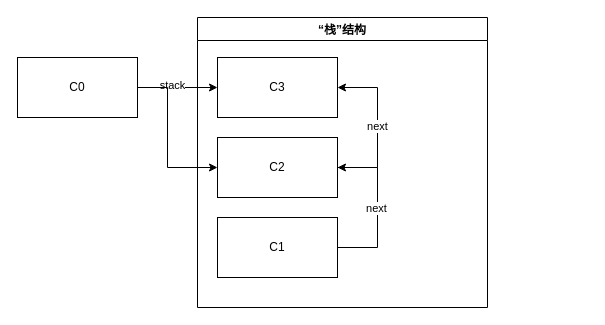
keep-moving-free/keep-moving-free keeps this draw.io diagram as CF回调栈.drawio. Above is the earlier version. Source tidied: cells renumbered, new cells numbered last; positions are measured from the earlier drawing's top-left corner, leaving out a move shared by most shapes. Both pictures are drawn from the tidied source at 100%, with x=0, y=0 at pixel (17, 17).
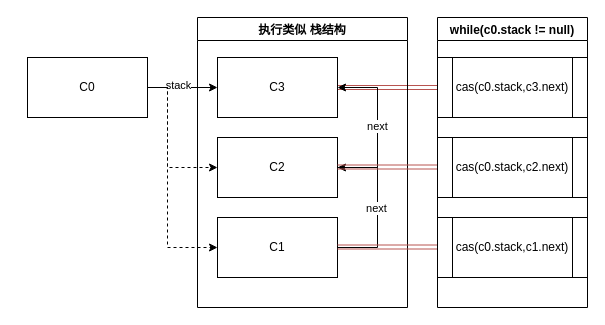
After the change.

Commit message (it also covers changes not shown here):
更新CF回调栈.drawio

The change refers to these unchanged cells:
```xml
<mxCell id="6" value="C3" style="rounded=0;whiteSpace=wrap;html=1;" parent="1" vertex="1">
  <mxGeometry x="200" y="40" width="120" height="60" as="geometry" />
</mxCell>
<mxCell id="9" value="C2" style="rounded=0;whiteSpace=wrap;html=1;" parent="1" vertex="1">
  <mxGeometry x="200" y="120" width="120" height="60" as="geometry" />
</mxCell>
<mxCell id="12" value="C1" style="rounded=0;whiteSpace=wrap;html=1;" parent="1" vertex="1">
  <mxGeometry x="200" y="200" width="120" height="60" as="geometry" />
</mxCell>
```

Change to the diagram source:
```diff
@@
-    <mxCell id="4" style="edgeStyle=orthogonalEdgeStyle;rounded=0;jettySize=auto;html=1;exitX=1;exitY=0.5;exitDx=0;exitDy=0;entryX=0;entryY=0.5;entryDx=0;entryDy=0;" parent="1" edge="1" source="5" target="9">
+    <mxCell id="4" style="edgeStyle=orthogonalEdgeStyle;rounded=0;jettySize=auto;html=1;exitX=1;exitY=0.5;exitDx=0;exitDy=0;entryX=0;entryY=0.5;entryDx=0;entryDy=0;dashed=1;" parent="1" edge="1" source="5" target="9">
       <mxGeometry relative="1" as="geometry">
         <Array as="points">
           <mxPoint x="150" y="70" />
           <mxPoint x="150" y="150" />
         </Array>
       </mxGeometry>
     </mxCell>
+    <mxCell id="14" style="edgeStyle=orthogonalEdgeStyle;rounded=0;jettySize=auto;html=1;exitX=1;exitY=0.5;exitDx=0;exitDy=0;entryX=0;entryY=0.5;entryDx=0;entryDy=0;dashed=1;" parent="1" edge="1" source="5" target="12">
+      <mxGeometry relative="1" as="geometry">
+        <Array as="points">
+          <mxPoint x="150" y="70" />
+          <mxPoint x="150" y="230" />
+        </Array>
+      </mxGeometry>
+    </mxCell>
     <mxCell id="5" value="C0" style="rounded=0;whiteSpace=wrap;html=1;" parent="1" vertex="1">
-      <mxGeometry y="40" width="120" height="60" as="geometry" />
+      <mxGeometry x="10" y="40" width="120" height="60" as="geometry" />
     </mxCell>
+    <mxCell id="15" style="edgeStyle=orthogonalEdgeStyle;rounded=0;jettySize=auto;html=1;fillColor=#f8cecc;strokeColor=#b85450;shape=link;" parent="1" edge="1" source="6" target="18">
+      <mxGeometry relative="1" as="geometry" />
+    </mxCell>
@@
-    <mxCell id="13" value="“栈”结构" style="swimlane;" parent="1" vertex="1">
-      <mxGeometry x="180" width="290" height="290" as="geometry" />
+    <mxCell id="13" value="执行类似 栈结构" style="swimlane;" parent="1" vertex="1">
+      <mxGeometry x="180" width="210" height="290" as="geometry" />
     </mxCell>
+    <mxCell id="16" style="edgeStyle=orthogonalEdgeStyle;rounded=0;orthogonalLoop=1;jettySize=auto;html=1;fillColor=#f8cecc;strokeColor=#b85450;shape=link;" parent="13" edge="1">
+      <mxGeometry relative="1" as="geometry">
+        <mxPoint x="140" y="149.5" as="sourcePoint" />
+        <mxPoint x="240" y="149.5" as="targetPoint" />
+      </mxGeometry>
+    </mxCell>
+    <mxCell id="17" style="edgeStyle=orthogonalEdgeStyle;rounded=0;orthogonalLoop=1;jettySize=auto;html=1;fillColor=#f8cecc;strokeColor=#b85450;shape=link;" parent="13" edge="1">
+      <mxGeometry relative="1" as="geometry">
+        <mxPoint x="140" y="229.5" as="sourcePoint" />
+        <mxPoint x="240" y="229.5" as="targetPoint" />
+      </mxGeometry>
+    </mxCell>
+    <mxCell id="18" value="cas(c0.stack,c3.next)" style="shape=process;whiteSpace=wrap;html=1;backgroundOutline=1;rounded=0;" parent="1" vertex="1">
+      <mxGeometry x="420" y="40" width="150" height="60" as="geometry" />
+    </mxCell>
+    <mxCell id="19" value="cas(c0.stack,c2.next)" style="shape=process;whiteSpace=wrap;html=1;backgroundOutline=1;rounded=0;" parent="1" vertex="1">
+      <mxGeometry x="420" y="120" width="150" height="60" as="geometry" />
+    </mxCell>
+    <mxCell id="20" value="cas(c0.stack,c1.next)" style="shape=process;whiteSpace=wrap;html=1;backgroundOutline=1;rounded=0;" parent="1" vertex="1">
+      <mxGeometry x="420" y="200" width="150" height="60" as="geometry" />
+    </mxCell>
+    <mxCell id="21" value="while(c0.stack != null)" style="swimlane;" parent="1" vertex="1">
+      <mxGeometry x="420" width="150" height="290" as="geometry" />
+    </mxCell>
```
